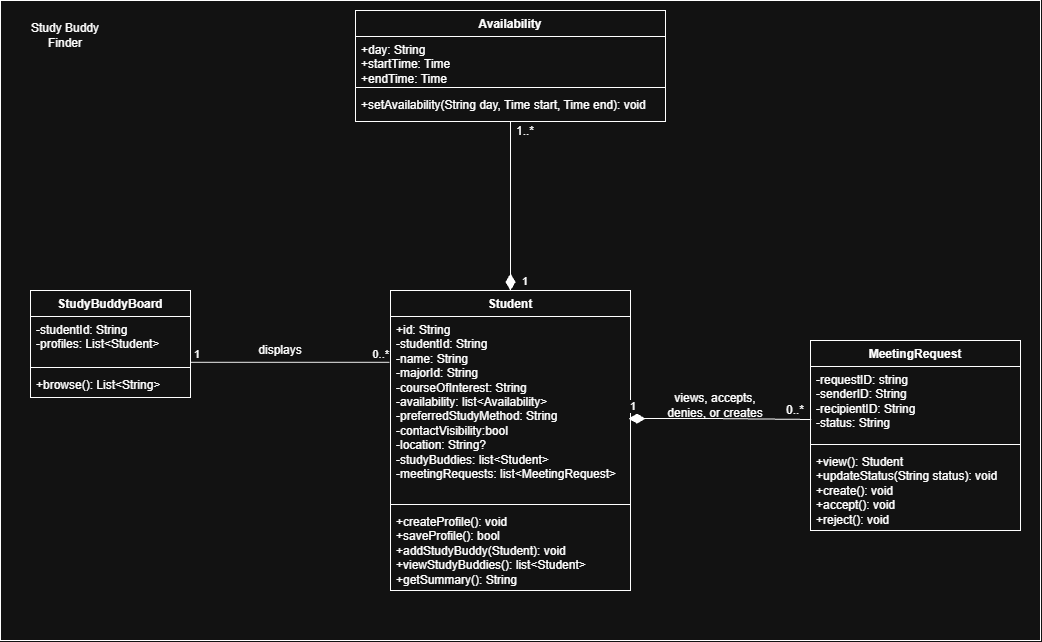
Earlier version of the draw.io export docs/uml/merged/class-diagram.png (Deismus/Group6Project). Source tidied: cells renumbered, new cells last; positions are measured from the earlier drawing's top-left corner, leaving out a move shared by most shapes.
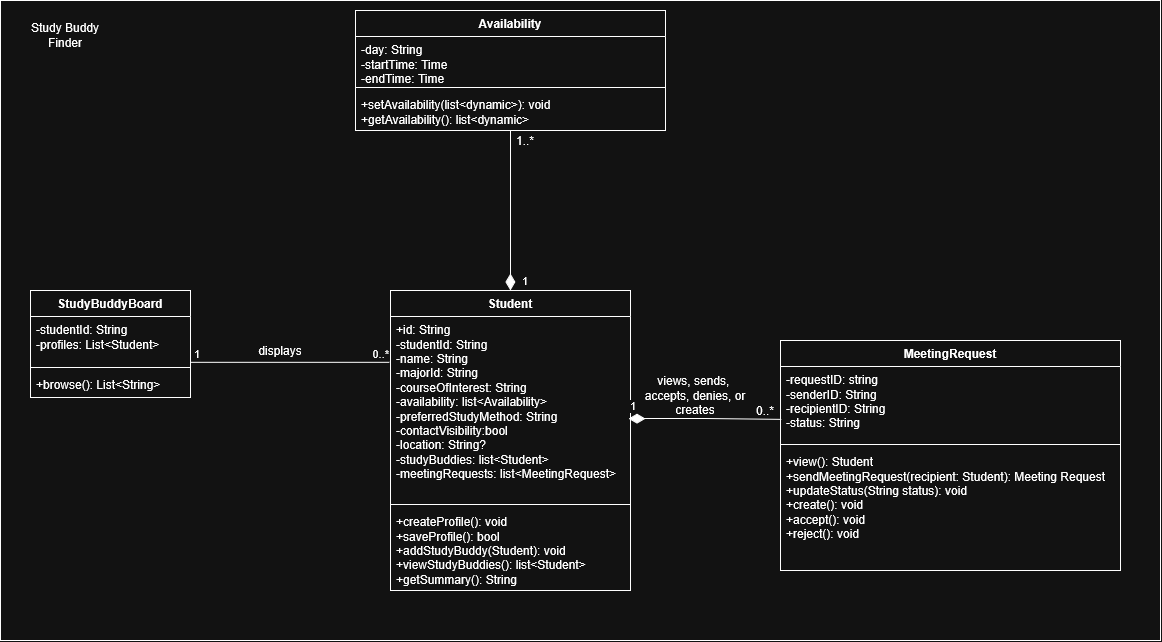
After the commit.

Change to the diagram source:
```diff
@@ -3,7 +3,7 @@
     <mxCell id="0" />
     <mxCell id="1" parent="0" />
     <mxCell id="2" style="rounded=0;whiteSpace=wrap;html=1;" parent="1" vertex="1">
-      <mxGeometry width="1040" height="640" as="geometry" />
+      <mxGeometry width="1160" height="640" as="geometry" />
     </mxCell>
     <mxCell id="3" value="Study Buddy Finder" style="text;html=1;whiteSpace=wrap;strokeColor=none;fillColor=none;align=center;verticalAlign=middle;rounded=0;" parent="1" vertex="1">
       <mxGeometry x="20" y="20" width="90" height="30" as="geometry" />
@@ -21,43 +21,43 @@
       <mxGeometry y="218" width="240" height="82" as="geometry" />
     </mxCell>
     <mxCell id="8" value="MeetingRequest" style="swimlane;fontStyle=1;align=center;verticalAlign=top;horizontal=1;startSize=26;whiteSpace=wrap;html=1;" parent="1" vertex="1">
-      <mxGeometry x="810" y="340" width="210" height="190" as="geometry" />
+      <mxGeometry x="780" y="340" width="340" height="230" as="geometry" />
     </mxCell>
     <mxCell id="9" value="-requestID: string&lt;div&gt;-senderID: String&lt;/div&gt;&lt;div&gt;-recipientID: String&lt;/div&gt;&lt;div&gt;-status: String&lt;/div&gt;" style="text;strokeColor=none;fillColor=none;align=left;verticalAlign=top;spacingLeft=4;spacingRight=4;overflow=hidden;points=[[0,0.5],[1,0.5]];portConstraint=eastwest;whiteSpace=wrap;html=1;" parent="8" vertex="1">
-      <mxGeometry y="26" width="210" height="74" as="geometry" />
+      <mxGeometry y="26" width="340" height="74" as="geometry" />
     </mxCell>
     <mxCell id="10" style="line;strokeWidth=1;fillColor=none;align=left;verticalAlign=middle;spacingTop=-1;spacingLeft=3;spacingRight=3;labelPosition=right;strokeColor=inherit;" parent="8" vertex="1">
-      <mxGeometry y="100" width="210" height="8" as="geometry" />
+      <mxGeometry y="100" width="340" height="8" as="geometry" />
     </mxCell>
-    <mxCell id="11" value="&lt;div&gt;+view(): Student&lt;/div&gt;&lt;div&gt;+updateStatus(String status): void&lt;/div&gt;&lt;div&gt;+create(): void&lt;/div&gt;&lt;div&gt;+accept(): void&lt;/div&gt;&lt;div&gt;+reject(): void&lt;/div&gt;" style="text;strokeColor=none;fillColor=none;align=left;verticalAlign=top;spacingLeft=4;spacingRight=4;overflow=hidden;whiteSpace=wrap;html=1;" parent="8" vertex="1">
-      <mxGeometry y="108" width="210" height="82" as="geometry" />
+    <mxCell id="11" value="&lt;div&gt;+view(): Student&lt;/div&gt;&lt;div&gt;+sendMeetingRequest(recipient: Student): Meeting Request&lt;/div&gt;&lt;div&gt;+updateStatus(String status): void&lt;/div&gt;&lt;div&gt;+create(): void&lt;/div&gt;&lt;div&gt;+accept(): void&lt;/div&gt;&lt;div&gt;+reject(): void&lt;/div&gt;" style="text;strokeColor=none;fillColor=none;align=left;verticalAlign=top;spacingLeft=4;spacingRight=4;overflow=hidden;whiteSpace=wrap;html=1;" parent="8" vertex="1">
+      <mxGeometry y="108" width="340" height="122" as="geometry" />
     </mxCell>
     <mxCell id="12" value="Availability" style="swimlane;fontStyle=1;align=center;verticalAlign=top;horizontal=1;startSize=26;whiteSpace=wrap;html=1;" parent="1" vertex="1">
-      <mxGeometry x="355" y="10" width="310" height="111" as="geometry" />
+      <mxGeometry x="355" y="10" width="310" height="120" as="geometry" />
     </mxCell>
-    <mxCell id="13" value="+day: String&lt;div&gt;+startTime: Time&lt;/div&gt;&lt;div&gt;+endTime: Time&lt;/div&gt;" style="text;strokeColor=none;fillColor=none;align=left;verticalAlign=top;spacingLeft=4;spacingRight=4;overflow=hidden;whiteSpace=wrap;html=1;" parent="12" vertex="1">
+    <mxCell id="13" value="-day: String&lt;div&gt;-startTime: Time&lt;/div&gt;&lt;div&gt;-endTime: Time&lt;/div&gt;" style="text;strokeColor=none;fillColor=none;align=left;verticalAlign=top;spacingLeft=4;spacingRight=4;overflow=hidden;whiteSpace=wrap;html=1;" parent="12" vertex="1">
       <mxGeometry y="26" width="310" height="47" as="geometry" />
     </mxCell>
     <mxCell id="14" style="line;strokeWidth=1;align=left;verticalAlign=middle;spacingTop=-1;spacingLeft=3;spacingRight=3;labelPosition=right;" parent="12" vertex="1">
       <mxGeometry y="73" width="310" height="8" as="geometry" />
     </mxCell>
-    <mxCell id="15" value="+setAvailability(String day, Time start, Time end): void" style="text;strokeColor=none;fillColor=none;align=left;verticalAlign=top;spacingLeft=4;spacingRight=4;overflow=hidden;whiteSpace=wrap;html=1;" parent="12" vertex="1">
-      <mxGeometry y="81" width="310" height="30" as="geometry" />
+    <mxCell id="15" value="&lt;div&gt;+setAvailability(list&amp;lt;dynamic&amp;gt;): void&lt;/div&gt;+getAvailability(): list&amp;lt;dynamic&amp;gt;" style="text;strokeColor=none;fillColor=none;align=left;verticalAlign=top;spacingLeft=4;spacingRight=4;overflow=hidden;whiteSpace=wrap;html=1;" parent="12" vertex="1">
+      <mxGeometry y="81" width="310" height="39" as="geometry" />
     </mxCell>
     <mxCell id="16" value="1" style="endArrow=none;html=1;endSize=12;startArrow=diamondThin;startSize=14;startFill=1;edgeStyle=orthogonalEdgeStyle;align=left;verticalAlign=bottom;rounded=0;exitX=0.992;exitY=0.555;exitDx=0;exitDy=0;exitPerimeter=0;entryX=0.003;entryY=0.716;entryDx=0;entryDy=0;endFill=0;entryPerimeter=0;" parent="1" edge="1" source="5" target="9">
       <mxGeometry x="-1" y="3" relative="1" as="geometry" />
     </mxCell>
     <mxCell id="17" value="0..*" style="text;html=1;whiteSpace=wrap;strokeColor=none;fillColor=none;align=center;verticalAlign=middle;rounded=0;" parent="1" vertex="1">
-      <mxGeometry x="780" y="400" width="30" height="20" as="geometry" />
+      <mxGeometry x="750" y="400" width="30" height="20" as="geometry" />
     </mxCell>
     <mxCell id="18" value="1" style="endArrow=none;html=1;endSize=12;startArrow=diamondThin;startSize=14;startFill=1;edgeStyle=orthogonalEdgeStyle;align=left;verticalAlign=bottom;rounded=0;exitX=0.5;exitY=0;exitDx=0;exitDy=0;entryX=0.5;entryY=1;entryDx=0;entryDy=0;endFill=0;" parent="1" edge="1" source="4" target="12">
       <mxGeometry x="-1" y="-10" relative="1" as="geometry" />
     </mxCell>
     <mxCell id="19" value="1..*" style="text;html=1;whiteSpace=wrap;strokeColor=none;fillColor=none;align=center;verticalAlign=middle;rounded=0;" parent="1" vertex="1">
-      <mxGeometry x="510" y="121" width="30" height="20" as="geometry" />
+      <mxGeometry x="510" y="130" width="30" height="20" as="geometry" />
     </mxCell>
-    <mxCell id="20" value="views, accepts, denies, or creates" style="text;html=1;whiteSpace=wrap;strokeColor=none;fillColor=none;align=center;verticalAlign=middle;rounded=0;" parent="1" vertex="1">
-      <mxGeometry x="660" y="390" width="110" height="30" as="geometry" />
+    <mxCell id="20" value="views, sends,&amp;nbsp; accepts, denies, or creates" style="text;html=1;whiteSpace=wrap;strokeColor=none;fillColor=none;align=center;verticalAlign=middle;rounded=0;" parent="1" vertex="1">
+      <mxGeometry x="640" y="380" width="110" height="30" as="geometry" />
     </mxCell>
     <mxCell id="21" value="StudyBuddyBoard" style="swimlane;fontStyle=1;align=center;verticalAlign=top;horizontal=1;startSize=26;whiteSpace=wrap;html=1;" parent="1" vertex="1">
       <mxGeometry x="30" y="290" width="160" height="107" as="geometry" />
```
